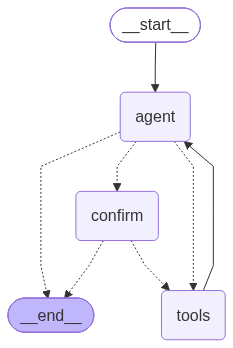
itvvisionary/Hackathon-AWS keeps this Mermaid diagram as src/src/agent_graph.png. Above is the earlier version. Its source is kept beside it as src/src/agent_graph.mmd.
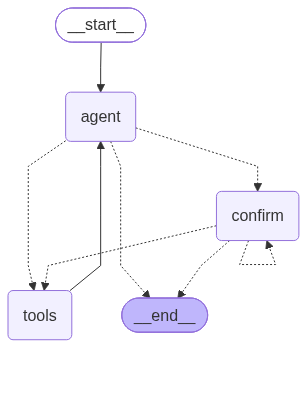
The same diagram one commit later.

Commit message:
feat(agent): add profile prefill and explicit order confirmation

What changed in the source:
```diff
@@ -16,6 +16,7 @@
 	confirm -.-> __end__;
 	confirm -.-> tools;
 	tools --> agent;
+	confirm -.-> confirm;
 	classDef default fill:#f2f0ff,line-height:1.2
 	classDef first fill-opacity:0
 	classDef last fill:#bfb6fc
```
